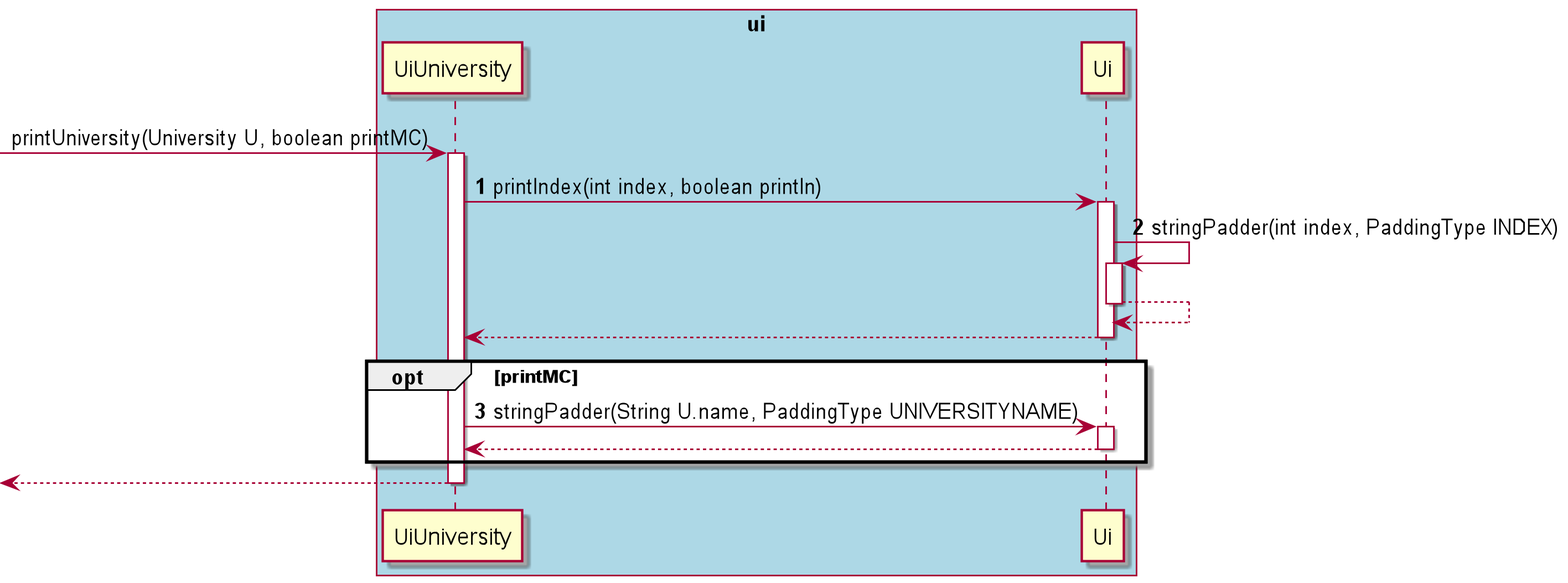
nus-cs2113-AY2122S1/tp keeps this PlantUML diagram as docs/images/uiseq.png. Above is the earlier version.
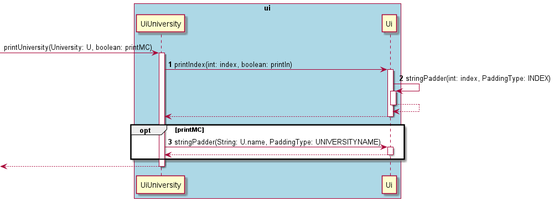
Above is the later version.

Commit message:
edit uiseq and mainseq

The edit, as a diff of the source:
```diff
@@ -5,14 +5,14 @@
 participant Ui
 end box
 
-[-> UiUniversity: printUniversity(University U, boolean printMC)
+[-> UiUniversity: printUniversity(University: U, boolean: printMC)
 activate UiUniversity
 
 autonumber 1
-UiUniversity -> Ui: printIndex(int index, boolean println)
+UiUniversity -> Ui: printIndex(int: index, boolean: println)
 activate Ui
 
-Ui -> Ui : stringPadder(int index, PaddingType INDEX)
+Ui -> Ui : stringPadder(int: index, PaddingType: INDEX)
 activate Ui
 
 autonumber stop
@@ -25,7 +25,7 @@
 
 autonumber 3
 opt printMC
-    UiUniversity -> Ui : stringPadder(String U.name, PaddingType UNIVERSITYNAME)
+    UiUniversity -> Ui : stringPadder(String: U.name, PaddingType: UNIVERSITYNAME)
     activate Ui
     autonumber stop
     Ui --> UiUniversity
```
